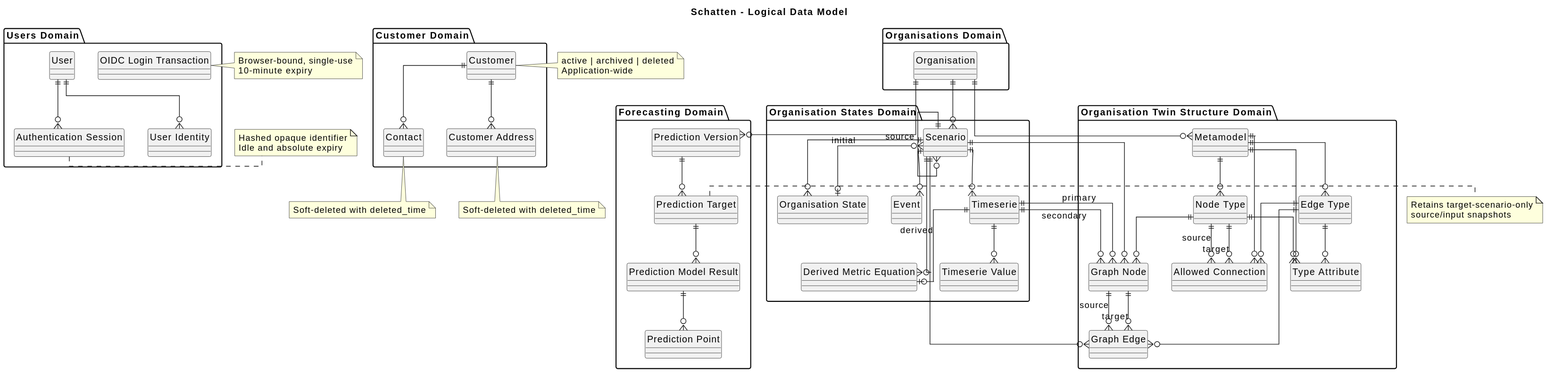
Earlier version of the PlantUML export docs/diagrams/generated/data-logical-model.svg (lupaus-eu/shadow).
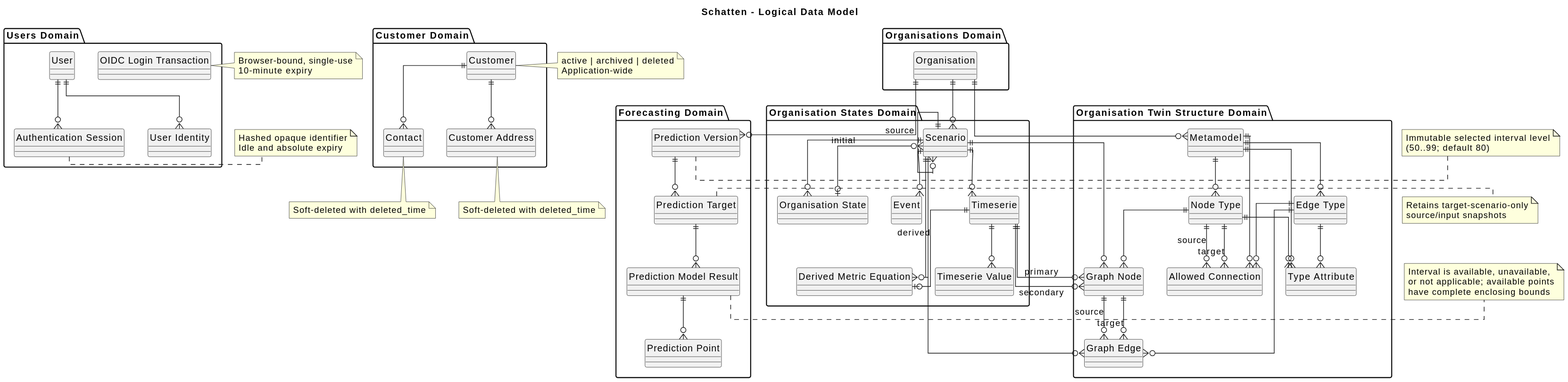
The same diagram one commit later.

Change to the diagram source:
```diff
@@ -111,4 +111,15 @@
   Retains target-scenario-only
   source/input snapshots
 end note
+
+note right of prediction_version
+  Immutable selected interval level
+  (50..99; default 80)
+end note
+
+note right of prediction_model_result
+  Interval is available, unavailable,
+  or not applicable; available points
+  have complete enclosing bounds
+end note
 @enduml
```
